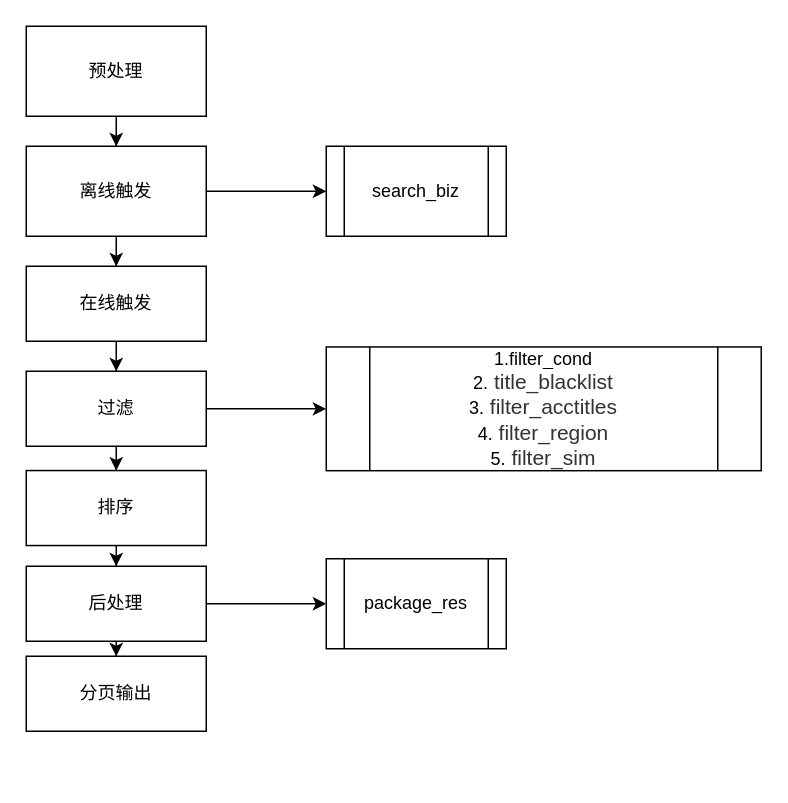
Earlier version of the draw.io diagram Untitled Diagram.drawio (weidong-su/learngit). Source tidied: cells renumbered, new cells numbered last; positions are measured from the earlier drawing's top-left corner, leaving out a move shared by most shapes. Both pictures are drawn from the tidied source at 150%, with x=0, y=0 at pixel (26, 26).
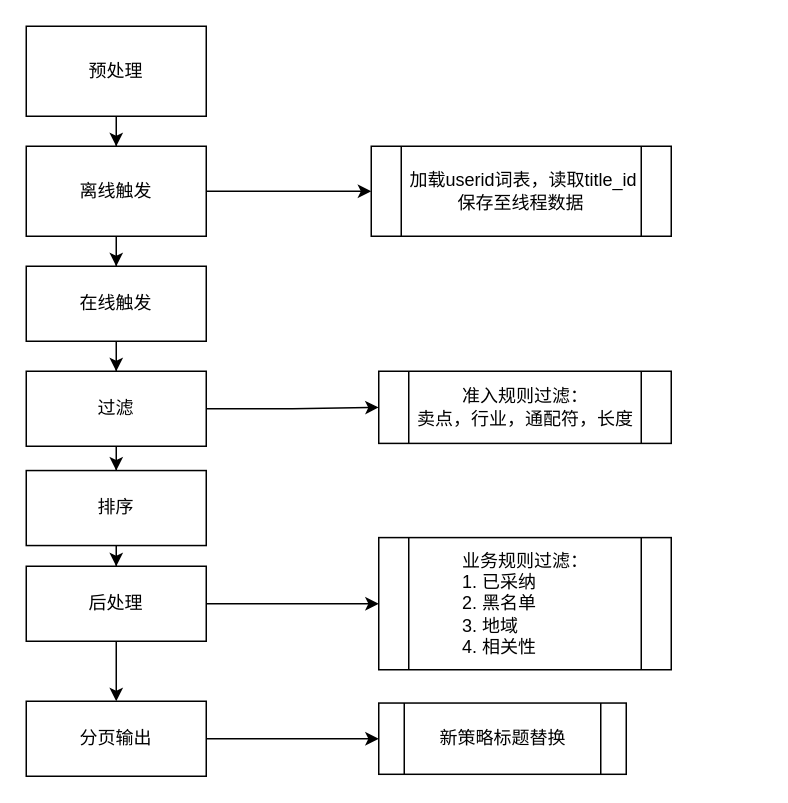
The same page after the edit.

Unchanged cells that the change refers to:
```xml
<mxCell id="18" value="后处理" style="rounded=0;whiteSpace=wrap;html=1;" parent="1" vertex="1">
  <mxGeometry y="360" width="120" height="50" as="geometry" />
</mxCell>
```

Change to the diagram source:
```diff
@@
-    <mxCell id="12" value="search_biz" style="shape=process;whiteSpace=wrap;html=1;backgroundOutline=1;rounded=0;" parent="1" vertex="1">
-      <mxGeometry x="200" y="80" width="120" height="60" as="geometry" />
+    <mxCell id="12" value="&amp;nbsp;加载userid词表，读取title_id&lt;br&gt;保存至线程数据" style="shape=process;whiteSpace=wrap;html=1;backgroundOutline=1;rounded=0;" parent="1" vertex="1">
+      <mxGeometry x="230" y="80" width="200" height="60" as="geometry" />
     </mxCell>
-    <mxCell id="13" value="1.filter_cond&lt;br&gt;2.&lt;span style=&quot;color: rgb(51 , 51 , 51) ; font-family: &amp;#34;arial&amp;#34; , sans-serif ; font-size: 14px ; background-color: rgb(255 , 255 , 255)&quot;&gt;&amp;nbsp;title_blacklist&lt;br&gt;&lt;/span&gt;3.&lt;span style=&quot;color: rgb(51 , 51 , 51) ; font-family: &amp;#34;arial&amp;#34; , sans-serif ; font-size: 14px ; background-color: rgb(255 , 255 , 255)&quot;&gt;&amp;nbsp;filter_acctitles&lt;br&gt;&lt;/span&gt;4.&lt;span style=&quot;color: rgb(51 , 51 , 51) ; font-family: &amp;#34;arial&amp;#34; , sans-serif ; font-size: 14px ; background-color: rgb(255 , 255 , 255)&quot;&gt;&amp;nbsp;filter_region&lt;br&gt;&lt;/span&gt;5.&lt;span style=&quot;color: rgb(51 , 51 , 51) ; font-family: &amp;#34;arial&amp;#34; , sans-serif ; font-size: 14px ; background-color: rgb(255 , 255 , 255)&quot;&gt;&amp;nbsp;filter_sim&lt;br&gt;&lt;/span&gt;" style="shape=process;whiteSpace=wrap;html=1;backgroundOutline=1;rounded=0;" parent="1" vertex="1">
-      <mxGeometry x="200" y="213.8" width="290" height="82.5" as="geometry" />
+    <mxCell id="13" value="&lt;span style=&quot;font-family: &amp;#34;arial&amp;#34; , sans-serif ; background-color: rgb(255 , 255 , 255)&quot;&gt;准入规则过滤：&lt;br&gt;卖点，行业，通配符，长度&lt;br&gt;&lt;/span&gt;" style="shape=process;whiteSpace=wrap;html=1;backgroundOutline=1;rounded=0;" parent="1" vertex="1">
+      <mxGeometry x="235" y="230" width="195" height="48.1" as="geometry" />
     </mxCell>
@@
-    <mxCell id="17" style="edgeStyle=orthogonalEdgeStyle;rounded=0;jettySize=auto;html=1;" parent="1" edge="1" source="18" target="20">
+    <mxCell id="17" style="edgeStyle=orthogonalEdgeStyle;rounded=0;jettySize=auto;html=1;fontSize=12;" parent="1" edge="1" source="18" target="20">
       <mxGeometry relative="1" as="geometry" />
     </mxCell>
@@
+    <mxCell id="21" style="edgeStyle=orthogonalEdgeStyle;rounded=0;jettySize=auto;html=1;fontSize=12;" parent="1" edge="1" source="19" target="22">
+      <mxGeometry relative="1" as="geometry" />
+    </mxCell>
     <mxCell id="19" value="分页输出" style="rounded=0;whiteSpace=wrap;html=1;" parent="1" vertex="1">
-      <mxGeometry y="420" width="120" height="50" as="geometry" />
+      <mxGeometry y="450" width="120" height="50" as="geometry" />
     </mxCell>
-    <mxCell id="20" value="package_res" style="shape=process;whiteSpace=wrap;html=1;backgroundOutline=1;rounded=0;" parent="1" vertex="1">
-      <mxGeometry x="200" y="355" width="120" height="60" as="geometry" />
+    <mxCell id="20" value="业务规则过滤：&lt;br&gt;&lt;div style=&quot;text-align: left&quot;&gt;&lt;span&gt;1. 已采纳&lt;/span&gt;&lt;/div&gt;&lt;div style=&quot;text-align: left&quot;&gt;&lt;span&gt;2. 黑名单&lt;/span&gt;&lt;/div&gt;&lt;div style=&quot;text-align: left&quot;&gt;&lt;span&gt;3. 地域&lt;/span&gt;&lt;/div&gt;&lt;div style=&quot;text-align: left&quot;&gt;&lt;span&gt;4. 相关性&lt;/span&gt;&lt;/div&gt;" style="shape=process;whiteSpace=wrap;html=1;backgroundOutline=1;rounded=0;align=center;" parent="1" vertex="1">
+      <mxGeometry x="235" y="340.9" width="195" height="88.1" as="geometry" />
     </mxCell>
+    <mxCell id="22" value="新策略标题替换" style="shape=process;whiteSpace=wrap;html=1;backgroundOutline=1;rounded=0;" parent="1" vertex="1">
+      <mxGeometry x="235" y="451.2" width="165" height="47.5" as="geometry" />
+    </mxCell>
```
